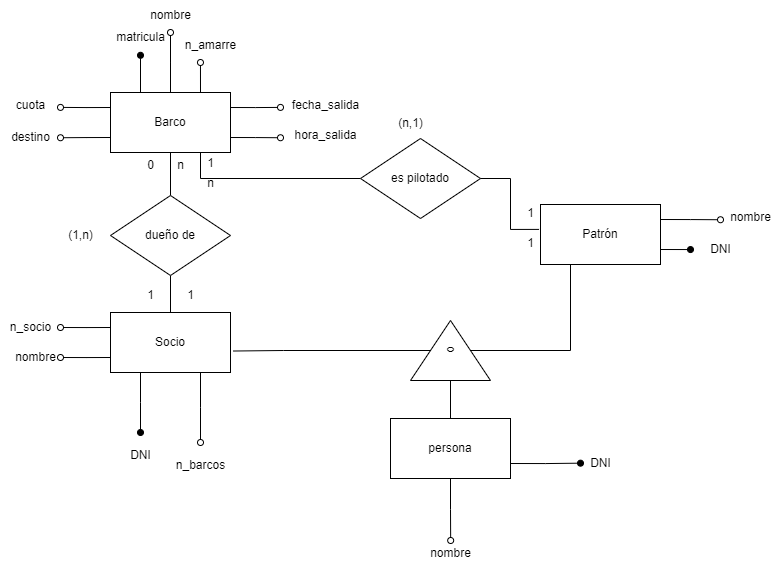
bibifupi/Abril23 keeps this draw.io diagram as ejercicio3-clubnautico.drawio.png. Above is the earlier version. Source tidied: cells renumbered, new cells last; positions are measured from the earlier drawing's top-left corner, leaving out a move shared by most shapes.
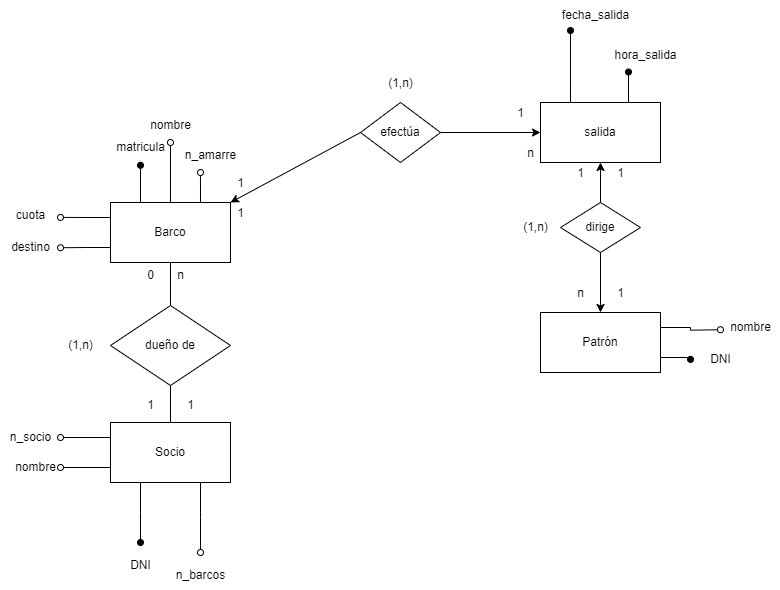
The same diagram one commit later.

What changed in the source:
```diff
@@ -48,16 +48,6 @@
         <mxPoint x="110.3" y="91.7" as="targetPoint" />
       </mxGeometry>
     </mxCell>
-    <mxCell id="12" style="edgeStyle=orthogonalEdgeStyle;rounded=0;jettySize=auto;html=1;exitX=1;exitY=0.25;exitDx=0;exitDy=0;endArrow=oval;endFill=0;" parent="1" edge="1" source="15">
-      <mxGeometry relative="1" as="geometry">
-        <mxPoint x="280" y="106.9" as="targetPoint" />
-      </mxGeometry>
-    </mxCell>
-    <mxCell id="13" style="edgeStyle=orthogonalEdgeStyle;rounded=0;jettySize=auto;html=1;exitX=1;exitY=0.75;exitDx=0;exitDy=0;endArrow=oval;endFill=0;" parent="1" edge="1" source="15">
-      <mxGeometry relative="1" as="geometry">
-        <mxPoint x="280" y="137.2" as="targetPoint" />
-      </mxGeometry>
-    </mxCell>
     <mxCell id="14" style="edgeStyle=orthogonalEdgeStyle;rounded=0;jettySize=auto;html=1;exitX=0;exitY=0.75;exitDx=0;exitDy=0;endArrow=oval;endFill=0;" parent="1" edge="1" source="15">
       <mxGeometry relative="1" as="geometry">
         <mxPoint x="60" y="137.2" as="targetPoint" />
@@ -77,7 +67,7 @@
       </mxGeometry>
     </mxCell>
     <mxCell id="18" value="Patrón" style="rounded=0;whiteSpace=wrap;html=1;" parent="1" vertex="1">
-      <mxGeometry x="540" y="204" width="120" height="60" as="geometry" />
+      <mxGeometry x="540" y="202" width="120" height="60" as="geometry" />
     </mxCell>
     <mxCell id="19" value="DNI" style="text;html=1;align=center;verticalAlign=middle;strokeColor=none;fillColor=none;" parent="1" vertex="1">
       <mxGeometry x="120" y="440" width="40" height="30" as="geometry" />
@@ -103,11 +93,8 @@
     <mxCell id="26" value="cuota" style="text;html=1;align=center;verticalAlign=middle;strokeColor=none;fillColor=none;" parent="1" vertex="1">
       <mxGeometry x="5" y="90" width="50" height="30" as="geometry" />
     </mxCell>
-    <mxCell id="27" value="fecha_salida" style="text;html=1;align=center;verticalAlign=middle;points=[];strokeColor=none;fillColor=none;" parent="1" vertex="1">
-      <mxGeometry x="280" y="90" width="90" height="30" as="geometry" />
-    </mxCell>
     <mxCell id="28" value="hora_salida" style="text;html=1;align=center;verticalAlign=middle;points=[];strokeColor=none;fillColor=none;" parent="1" vertex="1">
-      <mxGeometry x="280" y="120" width="90" height="30" as="geometry" />
+      <mxGeometry x="600" y="-70" width="90" height="30" as="geometry" />
     </mxCell>
     <mxCell id="29" value="destino" style="text;html=1;align=center;verticalAlign=middle;strokeColor=none;fillColor=none;" parent="1" vertex="1">
       <mxGeometry y="122" width="60" height="30" as="geometry" />
@@ -142,64 +129,65 @@
     <mxCell id="39" value="(1,n)" style="text;html=1;align=center;verticalAlign=middle;strokeColor=none;fillColor=none;" parent="1" vertex="1">
       <mxGeometry x="55" y="220" width="50" height="30" as="geometry" />
     </mxCell>
-    <mxCell id="40" style="edgeStyle=orthogonalEdgeStyle;rounded=0;jettySize=auto;html=1;exitX=0.5;exitY=0;exitDx=0;exitDy=0;entryX=1.025;entryY=0.642;entryDx=0;entryDy=0;entryPerimeter=0;endArrow=none;endFill=0;" parent="1" edge="1" source="42" target="6">
-      <mxGeometry relative="1" as="geometry">
-        <Array as="points">
-          <mxPoint x="283" y="350" />
-        </Array>
-      </mxGeometry>
-    </mxCell>
-    <mxCell id="41" style="edgeStyle=orthogonalEdgeStyle;rounded=0;jettySize=auto;html=1;exitX=0.5;exitY=1;exitDx=0;exitDy=0;entryX=0.25;entryY=1;entryDx=0;entryDy=0;endArrow=none;endFill=0;" parent="1" edge="1" source="42" target="18">
-      <mxGeometry relative="1" as="geometry" />
-    </mxCell>
-    <mxCell id="42" value="o" style="triangle;whiteSpace=wrap;html=1;rotation=-90;" parent="1" vertex="1">
-      <mxGeometry x="420" y="310" width="60" height="80" as="geometry" />
-    </mxCell>
-    <mxCell id="43" style="edgeStyle=orthogonalEdgeStyle;rounded=0;jettySize=auto;html=1;exitX=0.5;exitY=0;exitDx=0;exitDy=0;entryX=0;entryY=0.5;entryDx=0;entryDy=0;endArrow=none;endFill=0;" parent="1" edge="1" source="46" target="42">
-      <mxGeometry relative="1" as="geometry" />
-    </mxCell>
-    <mxCell id="44" style="edgeStyle=orthogonalEdgeStyle;rounded=0;jettySize=auto;html=1;exitX=1;exitY=0.75;exitDx=0;exitDy=0;endArrow=oval;endFill=1;" parent="1" edge="1" source="46">
-      <mxGeometry relative="1" as="geometry">
-        <mxPoint x="580" y="462.7" as="targetPoint" />
-      </mxGeometry>
-    </mxCell>
-    <mxCell id="45" style="edgeStyle=orthogonalEdgeStyle;rounded=0;jettySize=auto;html=1;exitX=0.5;exitY=1;exitDx=0;exitDy=0;endArrow=oval;endFill=0;" parent="1" edge="1" source="46">
-      <mxGeometry relative="1" as="geometry">
-        <mxPoint x="450.2" y="540" as="targetPoint" />
-      </mxGeometry>
-    </mxCell>
-    <mxCell id="46" value="persona" style="rounded=0;whiteSpace=wrap;html=1;" parent="1" vertex="1">
-      <mxGeometry x="390" y="418" width="120" height="60" as="geometry" />
-    </mxCell>
-    <mxCell id="47" value="DNI" style="text;html=1;align=center;verticalAlign=middle;strokeColor=none;fillColor=none;" parent="1" vertex="1">
-      <mxGeometry x="580" y="448" width="40" height="30" as="geometry" />
-    </mxCell>
-    <mxCell id="48" value="nombre" style="text;html=1;align=center;verticalAlign=middle;strokeColor=none;fillColor=none;" parent="1" vertex="1">
-      <mxGeometry x="420" y="538" width="60" height="30" as="geometry" />
-    </mxCell>
-    <mxCell id="49" style="edgeStyle=orthogonalEdgeStyle;rounded=0;jettySize=auto;html=1;exitX=0;exitY=0.5;exitDx=0;exitDy=0;entryX=0.75;entryY=1;entryDx=0;entryDy=0;endArrow=none;endFill=0;" parent="1" edge="1" source="50" target="15">
-      <mxGeometry relative="1" as="geometry" />
-    </mxCell>
-    <mxCell id="50" value="es pilotado" style="rhombus;whiteSpace=wrap;html=1;" parent="1" vertex="1">
-      <mxGeometry x="360" y="138" width="120" height="80" as="geometry" />
-    </mxCell>
-    <mxCell id="51" style="edgeStyle=orthogonalEdgeStyle;rounded=0;jettySize=auto;html=1;exitX=1;exitY=0.5;exitDx=0;exitDy=0;entryX=-0.012;entryY=0.415;entryDx=0;entryDy=0;entryPerimeter=0;endArrow=none;endFill=0;" parent="1" edge="1" source="50" target="18">
-      <mxGeometry relative="1" as="geometry" />
-    </mxCell>
-    <mxCell id="52" value="1" style="text;html=1;align=center;verticalAlign=middle;strokeColor=none;fillColor=none;" parent="1" vertex="1">
-      <mxGeometry x="195" y="148" width="30" height="30" as="geometry" />
-    </mxCell>
-    <mxCell id="53" value="1" style="text;html=1;align=center;verticalAlign=middle;strokeColor=none;fillColor=none;" parent="1" vertex="1">
-      <mxGeometry x="515" y="198" width="30" height="30" as="geometry" />
-    </mxCell>
-    <mxCell id="54" value="1" style="text;html=1;align=center;verticalAlign=middle;strokeColor=none;fillColor=none;" parent="1" vertex="1">
-      <mxGeometry x="515" y="228" width="30" height="30" as="geometry" />
-    </mxCell>
-    <mxCell id="55" value="n" style="text;html=1;align=center;verticalAlign=middle;strokeColor=none;fillColor=none;" parent="1" vertex="1">
-      <mxGeometry x="195" y="168" width="30" height="30" as="geometry" />
-    </mxCell>
-    <mxCell id="56" value="(n,1)" style="text;html=1;align=center;verticalAlign=middle;strokeColor=none;fillColor=none;" parent="1" vertex="1">
-      <mxGeometry x="385" y="108" width="50" height="30" as="geometry" />
-    </mxCell>
+    <mxCell id="57" style="rounded=0;jettySize=auto;html=1;exitX=0;exitY=0.5;exitDx=0;exitDy=0;entryX=1;entryY=0;entryDx=0;entryDy=0;" parent="1" edge="1" source="59" target="15">
+      <mxGeometry relative="1" as="geometry" />
+    </mxCell>
+    <mxCell id="58" style="edgeStyle=orthogonalEdgeStyle;rounded=0;jettySize=auto;html=1;exitX=1;exitY=0.5;exitDx=0;exitDy=0;entryX=0;entryY=0.5;entryDx=0;entryDy=0;" parent="1" edge="1" source="59" target="60">
+      <mxGeometry relative="1" as="geometry" />
+    </mxCell>
+    <mxCell id="59" value="efectúa" style="rhombus;whiteSpace=wrap;html=1;" parent="1" vertex="1">
+      <mxGeometry x="360" y="-8" width="80" height="60" as="geometry" />
+    </mxCell>
+    <mxCell id="60" value="salida" style="rounded=0;whiteSpace=wrap;html=1;" parent="1" vertex="1">
+      <mxGeometry x="540" y="-8" width="120" height="60" as="geometry" />
+    </mxCell>
+    <mxCell id="61" style="edgeStyle=orthogonalEdgeStyle;rounded=0;jettySize=auto;html=1;exitX=0.5;exitY=0;exitDx=0;exitDy=0;entryX=0.5;entryY=1;entryDx=0;entryDy=0;" parent="1" edge="1" source="63" target="60">
+      <mxGeometry relative="1" as="geometry" />
+    </mxCell>
+    <mxCell id="62" style="edgeStyle=orthogonalEdgeStyle;rounded=0;jettySize=auto;html=1;exitX=0.5;exitY=1;exitDx=0;exitDy=0;entryX=0.5;entryY=0;entryDx=0;entryDy=0;" parent="1" edge="1" source="63" target="18">
+      <mxGeometry relative="1" as="geometry" />
+    </mxCell>
+    <mxCell id="63" value="dirige" style="rhombus;whiteSpace=wrap;html=1;" parent="1" vertex="1">
+      <mxGeometry x="560" y="92" width="80" height="50" as="geometry" />
+    </mxCell>
+    <mxCell id="64" value="(1,n)" style="text;html=1;align=center;verticalAlign=middle;strokeColor=none;fillColor=none;" parent="1" vertex="1">
+      <mxGeometry x="375" y="-42" width="50" height="30" as="geometry" />
+    </mxCell>
+    <mxCell id="65" value="(1,n)" style="text;html=1;align=center;verticalAlign=middle;strokeColor=none;fillColor=none;" parent="1" vertex="1">
+      <mxGeometry x="510" y="102" width="50" height="30" as="geometry" />
+    </mxCell>
+    <mxCell id="27" value="fecha_salida" style="text;html=1;align=center;verticalAlign=middle;points=[];strokeColor=none;fillColor=none;" parent="1" vertex="1">
+      <mxGeometry x="550" y="-110" width="90" height="30" as="geometry" />
+    </mxCell>
+    <mxCell id="66" style="edgeStyle=orthogonalEdgeStyle;rounded=0;jettySize=auto;html=1;exitX=0.25;exitY=0;exitDx=0;exitDy=0;entryX=0.222;entryY=1;entryDx=0;entryDy=0;entryPerimeter=0;endArrow=oval;endFill=1;" parent="1" edge="1" source="60" target="27">
+      <mxGeometry relative="1" as="geometry" />
+    </mxCell>
+    <mxCell id="67" style="edgeStyle=orthogonalEdgeStyle;rounded=0;jettySize=auto;html=1;exitX=0.75;exitY=0;exitDx=0;exitDy=0;entryX=0.311;entryY=1.05;entryDx=0;entryDy=0;entryPerimeter=0;endArrow=oval;endFill=1;" parent="1" edge="1" source="60" target="28">
+      <mxGeometry relative="1" as="geometry" />
+    </mxCell>
+    <mxCell id="68" value="1" style="text;html=1;align=center;verticalAlign=middle;strokeColor=none;fillColor=none;" parent="1" vertex="1">
+      <mxGeometry x="225" y="88" width="30" height="30" as="geometry" />
+    </mxCell>
+    <mxCell id="69" value="n" style="text;html=1;align=center;verticalAlign=middle;strokeColor=none;fillColor=none;" parent="1" vertex="1">
+      <mxGeometry x="515" y="28" width="30" height="30" as="geometry" />
+    </mxCell>
+    <mxCell id="70" value="1" style="text;html=1;align=center;verticalAlign=middle;strokeColor=none;fillColor=none;" parent="1" vertex="1">
+      <mxGeometry x="505" y="-12" width="30" height="30" as="geometry" />
+    </mxCell>
+    <mxCell id="71" value="1" style="text;html=1;align=center;verticalAlign=middle;strokeColor=none;fillColor=none;" parent="1" vertex="1">
+      <mxGeometry x="225" y="58" width="30" height="30" as="geometry" />
+    </mxCell>
+    <mxCell id="72" value="1" style="text;html=1;align=center;verticalAlign=middle;strokeColor=none;fillColor=none;" parent="1" vertex="1">
+      <mxGeometry x="605" y="168" width="30" height="30" as="geometry" />
+    </mxCell>
+    <mxCell id="73" value="1" style="text;html=1;align=center;verticalAlign=middle;strokeColor=none;fillColor=none;" parent="1" vertex="1">
+      <mxGeometry x="605" y="48" width="30" height="30" as="geometry" />
+    </mxCell>
+    <mxCell id="74" value="1" style="text;html=1;align=center;verticalAlign=middle;strokeColor=none;fillColor=none;" parent="1" vertex="1">
+      <mxGeometry x="565" y="48" width="30" height="30" as="geometry" />
+    </mxCell>
+    <mxCell id="75" value="n" style="text;html=1;align=center;verticalAlign=middle;strokeColor=none;fillColor=none;" parent="1" vertex="1">
+      <mxGeometry x="565" y="168" width="30" height="30" as="geometry" />
+    </mxCell>
   </root>
 </mxGraphModel>
```
